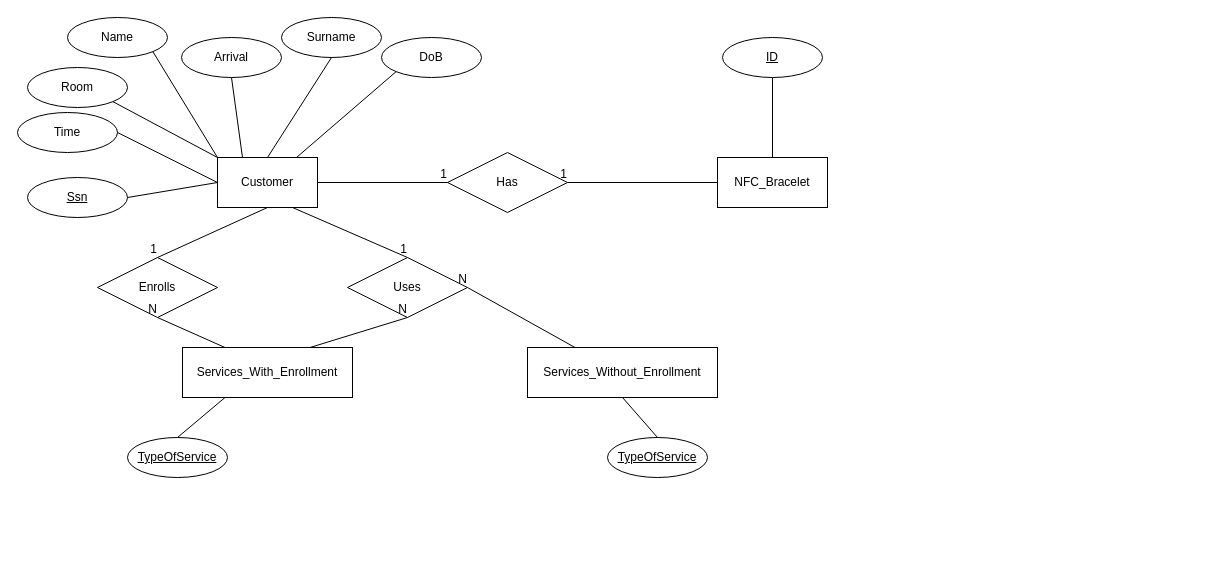
GiorgosKotsompolis/hello-world keeps this draw.io diagram as Hotel ER.drawio. Above is the earlier version. Source tidied: cells renumbered, new cells numbered last; positions are measured from the earlier drawing's top-left corner, leaving out a move shared by most shapes. Both pictures are drawn from the tidied source at 100%, with x=0, y=0 at pixel (17, 17).
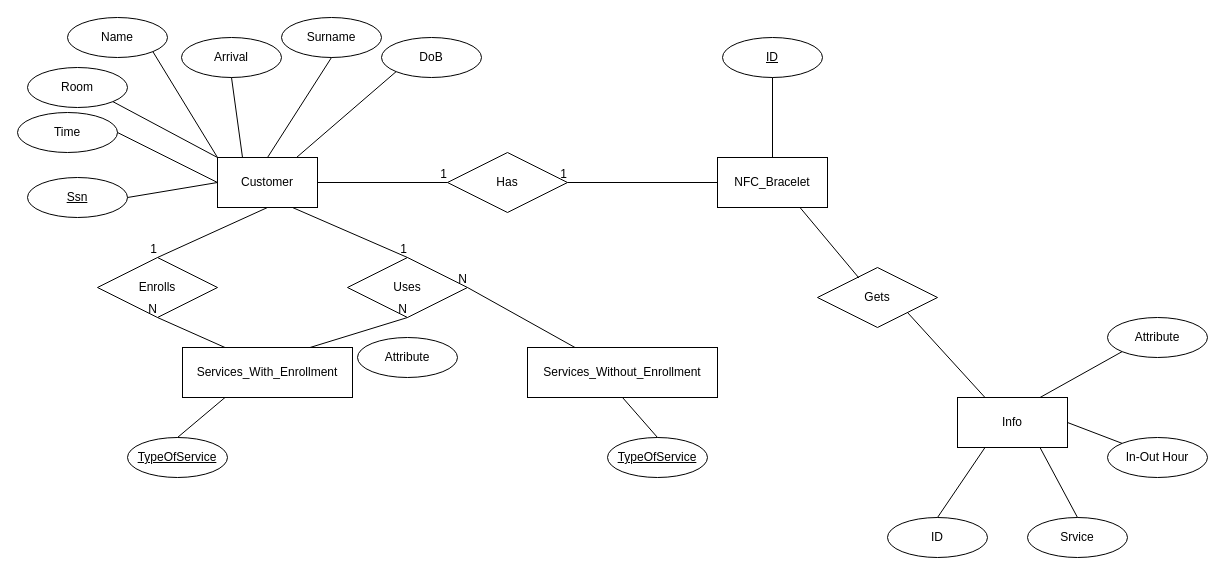
The same page after the edit.

The change refers to these unchanged cells:
```xml
<mxCell id="14" value="NFC_Bracelet" style="whiteSpace=wrap;html=1;align=center;" parent="1" vertex="1">
  <mxGeometry x="700" y="140" width="110" height="50" as="geometry" />
</mxCell>
```

The edit, as a diff of the source:
```diff
@@
+    <mxCell id="43" value="Info" style="whiteSpace=wrap;html=1;align=center;" parent="1" vertex="1">
+      <mxGeometry x="940" y="380" width="110" height="50" as="geometry" />
+    </mxCell>
+    <mxCell id="44" value="Gets" style="shape=rhombus;perimeter=rhombusPerimeter;whiteSpace=wrap;html=1;align=center;" parent="1" vertex="1">
+      <mxGeometry x="800" y="250" width="120" height="60" as="geometry" />
+    </mxCell>
+    <mxCell id="45" style="endArrow=none;html=1;rounded=0;entryX=0.75;entryY=1;entryDx=0;entryDy=0;exitX=0.345;exitY=0.174;exitDx=0;exitDy=0;exitPerimeter=0;" parent="1" edge="1" source="44" target="14">
+      <mxGeometry relative="1" as="geometry" />
+    </mxCell>
+    <mxCell id="46" style="endArrow=none;html=1;rounded=0;entryX=0.25;entryY=0;entryDx=0;entryDy=0;exitX=1;exitY=1;exitDx=0;exitDy=0;" parent="1" edge="1" source="44" target="43">
+      <mxGeometry relative="1" as="geometry" />
+    </mxCell>
+    <mxCell id="47" value="Srvice" style="ellipse;whiteSpace=wrap;html=1;align=center;" parent="1" vertex="1">
+      <mxGeometry x="1010" y="500" width="100" height="40" as="geometry" />
+    </mxCell>
+    <mxCell id="48" value="ID" style="ellipse;whiteSpace=wrap;html=1;align=center;" parent="1" vertex="1">
+      <mxGeometry x="870" y="500" width="100" height="40" as="geometry" />
+    </mxCell>
+    <mxCell id="49" value="Attribute" style="ellipse;whiteSpace=wrap;html=1;align=center;" parent="1" vertex="1">
+      <mxGeometry x="340" y="320" width="100" height="40" as="geometry" />
+    </mxCell>
+    <mxCell id="50" value="In-Out Hour" style="ellipse;whiteSpace=wrap;html=1;align=center;" parent="1" vertex="1">
+      <mxGeometry x="1090" y="420" width="100" height="40" as="geometry" />
+    </mxCell>
+    <mxCell id="51" style="endArrow=none;html=1;rounded=0;entryX=0;entryY=0;entryDx=0;entryDy=0;exitX=1;exitY=0.5;exitDx=0;exitDy=0;" parent="1" edge="1" source="43" target="50">
+      <mxGeometry relative="1" as="geometry" />
+    </mxCell>
+    <mxCell id="52" style="endArrow=none;html=1;rounded=0;entryX=0.75;entryY=1;entryDx=0;entryDy=0;exitX=0.5;exitY=0;exitDx=0;exitDy=0;" parent="1" edge="1" source="47" target="43">
+      <mxGeometry relative="1" as="geometry" />
+    </mxCell>
+    <mxCell id="53" style="endArrow=none;html=1;rounded=0;entryX=0.25;entryY=1;entryDx=0;entryDy=0;exitX=0.5;exitY=0;exitDx=0;exitDy=0;" parent="1" edge="1" source="48" target="43">
+      <mxGeometry relative="1" as="geometry" />
+    </mxCell>
+    <mxCell id="54" value="Attribute" style="ellipse;whiteSpace=wrap;html=1;align=center;" parent="1" vertex="1">
+      <mxGeometry x="1090" y="300" width="100" height="40" as="geometry" />
+    </mxCell>
+    <mxCell id="55" style="endArrow=none;html=1;rounded=0;entryX=0;entryY=1;entryDx=0;entryDy=0;exitX=0.75;exitY=0;exitDx=0;exitDy=0;" parent="1" edge="1" source="43" target="54">
+      <mxGeometry relative="1" as="geometry" />
+    </mxCell>
```
